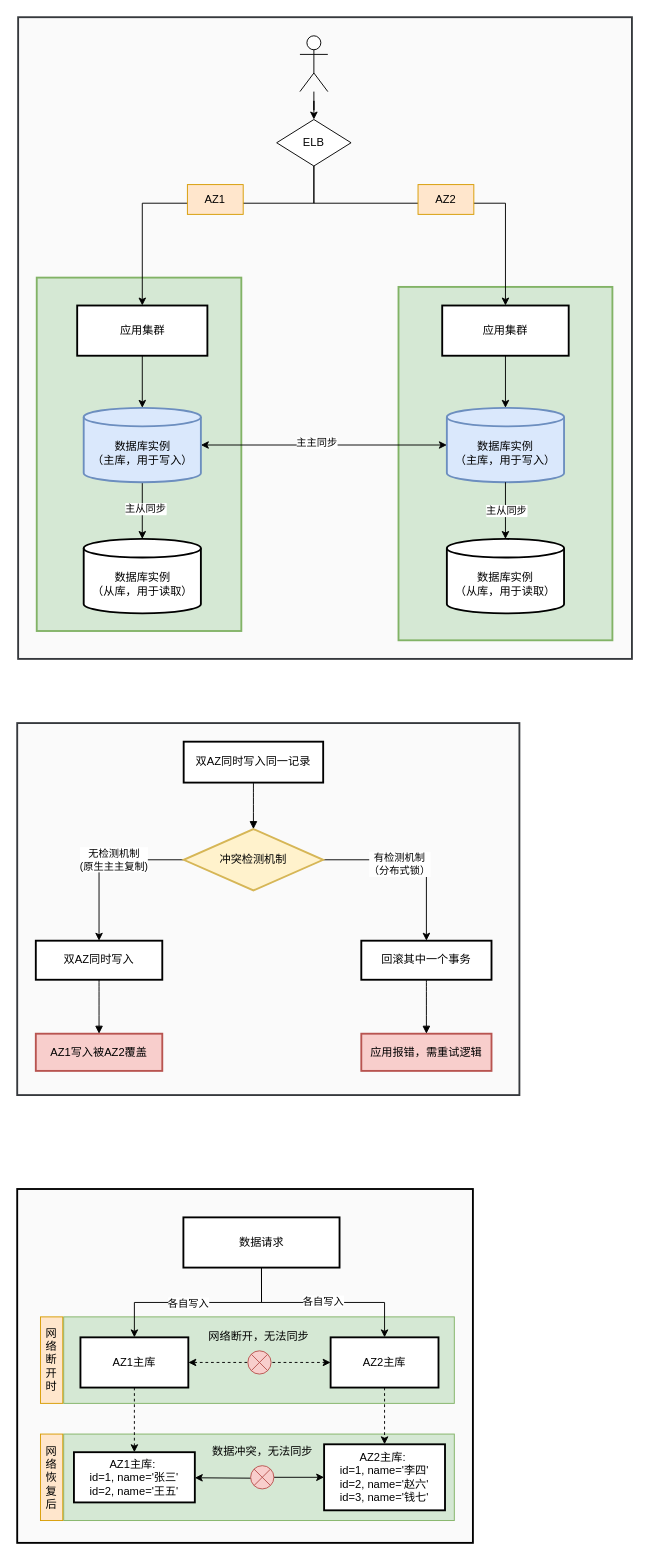
The draw.io diagram images/数据库双主同步.drawio in yesqcy/hello-world, before the edit. Source tidied: cells renumbered, new cells numbered last; positions are measured from the earlier drawing's top-left corner, leaving out a move shared by most shapes. Both pictures are drawn from the tidied source at 93%, with x=0, y=0 at pixel (17, 17).
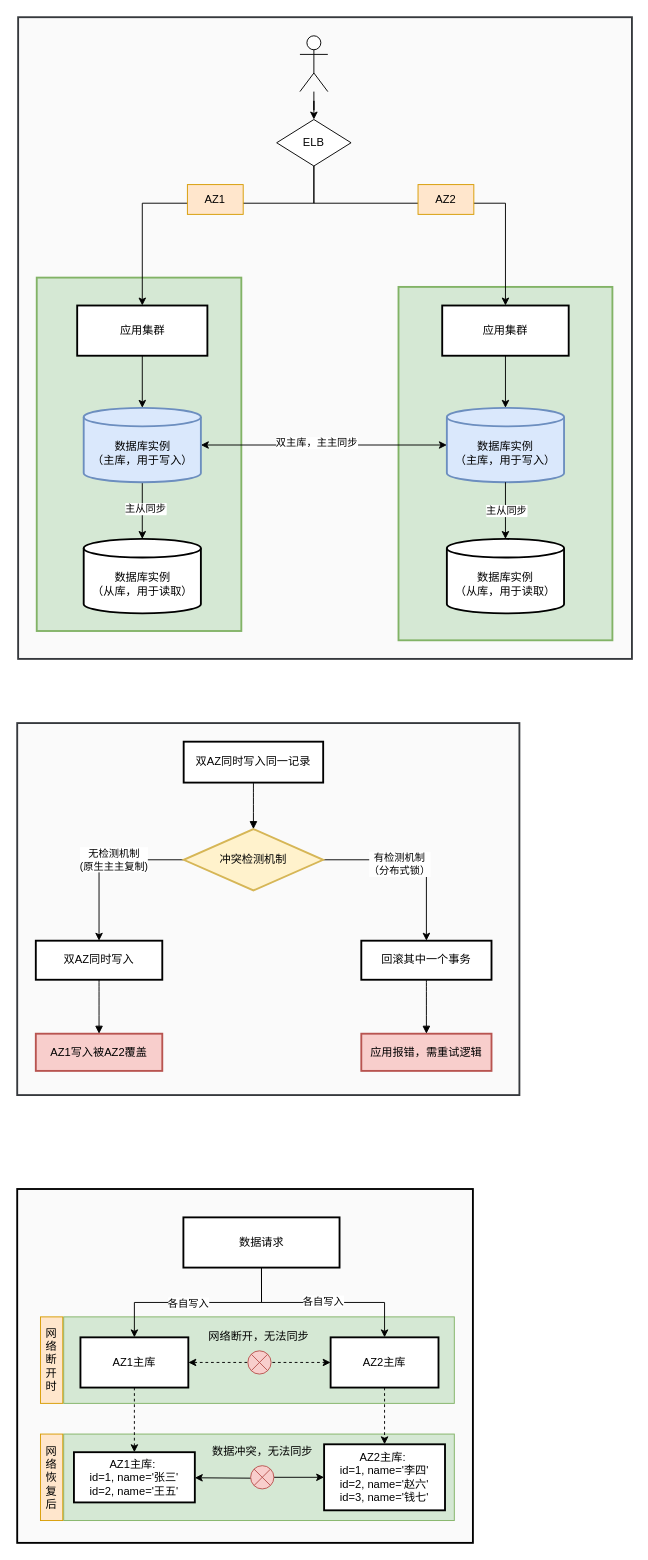
After the change.

Commit message:
更新数据库双主同步.drawio

Unchanged cells that the change refers to:
```xml
<mxCell id="14" style="edgeStyle=orthogonalEdgeStyle;rounded=0;jettySize=auto;html=1;exitX=1;exitY=0.5;exitDx=0;exitDy=0;exitPerimeter=0;startArrow=classic;startFill=1;" parent="1" edge="1" source="18" target="11">
  <mxGeometry relative="1" as="geometry" />
</mxCell>
```

Change to the diagram source:
```diff
@@
-    <mxCell id="15" value="主主同步" style="edgeLabel;html=1;align=center;verticalAlign=middle;" parent="14" vertex="1">
+    <mxCell id="15" value="双主库，主主同步" style="edgeLabel;html=1;align=center;verticalAlign=middle;" parent="14" vertex="1">
       <mxGeometry x="-0.23" y="3" relative="1" as="geometry">
         <mxPoint x="22" as="offset" />
       </mxGeometry>
     </mxCell>
```
